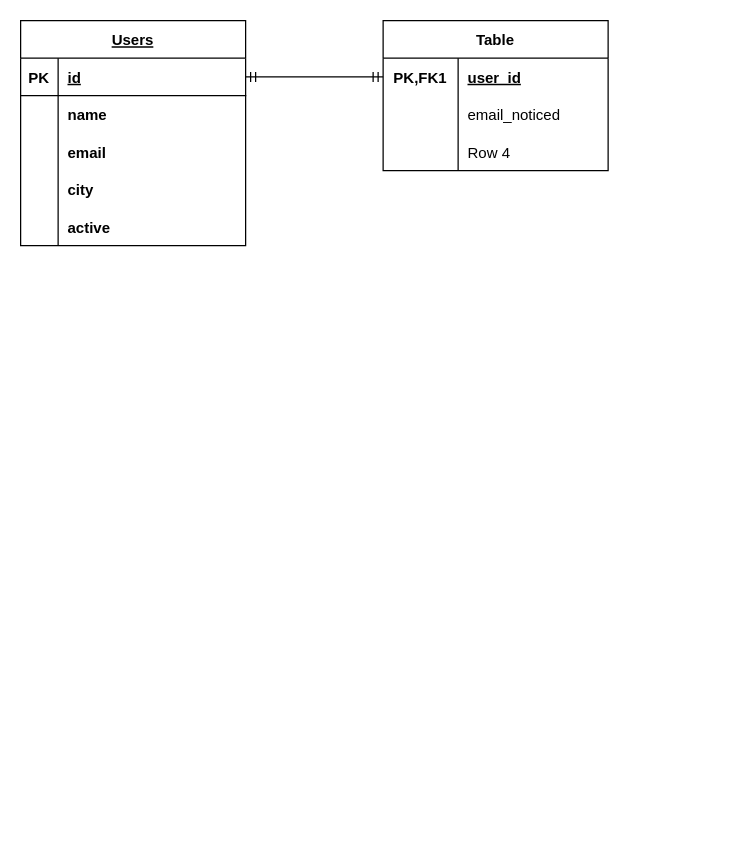
This is erm.drawio from ctchen222/FurFriend-Finder, a draw.io file, before an edit. Source tidied: cells renumbered, new cells numbered last; positions are measured from the earlier drawing's top-left corner, leaving out a move shared by most shapes. Both pictures are drawn from the tidied source at 125%, with x=0, y=0 at pixel (20, 20).
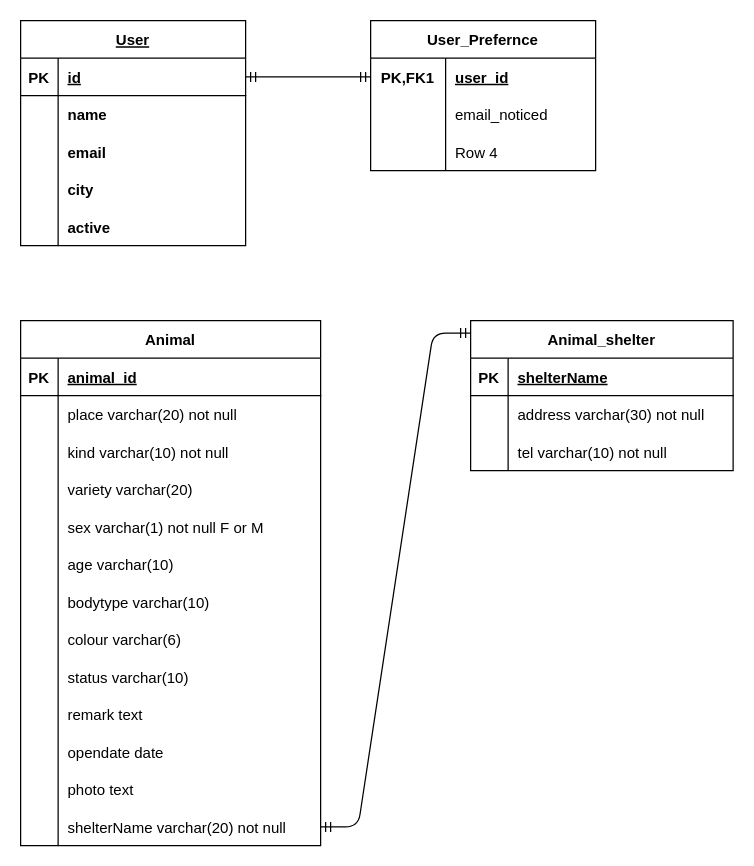
The same diagram, later.

Commit message (it also covers changes not shown here):
[add] postgres database ER Diagram

Change to the diagram source:
```diff
@@
-    <mxCell id="2" value="Users" style="shape=table;startSize=30;childLayout=tableLayout;rowLines=0;fontStyle=5;align=center;" parent="1" vertex="1">
+    <mxCell id="2" value="User" style="shape=table;startSize=30;childLayout=tableLayout;rowLines=0;fontStyle=5;align=center;" parent="1" vertex="1">
       <mxGeometry width="180" height="180" as="geometry" />
     </mxCell>
@@
-    <mxCell id="18" value="Table" style="shape=table;startSize=30;childLayout=tableLayout;rowLines=0;fontStyle=1;align=center;" parent="1" vertex="1">
-      <mxGeometry x="290" width="180" height="120" as="geometry" />
+    <mxCell id="18" value="User_Prefernce" style="shape=table;startSize=30;childLayout=tableLayout;rowLines=0;fontStyle=1;align=center;" parent="1" vertex="1">
+      <mxGeometry x="280" width="180" height="120" as="geometry" />
     </mxCell>
@@
+    <mxCell id="29" value="Animal" style="shape=table;startSize=30;childLayout=tableLayout;rowLines=0;fontStyle=1;align=center;" parent="1" vertex="1">
+      <mxGeometry y="240" width="240" height="420" as="geometry" />
+    </mxCell>
+    <mxCell id="30" style="shape=tableRow;horizontal=0;startSize=0;swimlaneHead=0;swimlaneBody=0;fillColor=none;top=0;left=0;right=0;bottom=1;" parent="29" vertex="1">
+      <mxGeometry y="30" width="240" height="30" as="geometry" />
+    </mxCell>
+    <mxCell id="31" value="PK" style="shape=partialRectangle;fillColor=none;top=0;left=0;bottom=0;right=0;fontStyle=1;overflow=hidden;" parent="30" vertex="1">
+      <mxGeometry width="30" height="30" as="geometry" />
+    </mxCell>
+    <mxCell id="32" value="animal_id" style="shape=partialRectangle;fillColor=none;top=0;left=0;bottom=0;right=0;align=left;spacingLeft=6;fontStyle=5;overflow=hidden;" parent="30" vertex="1">
+      <mxGeometry x="30" width="210" height="30" as="geometry" />
+    </mxCell>
+    <mxCell id="33" style="shape=tableRow;horizontal=0;startSize=0;swimlaneHead=0;swimlaneBody=0;fillColor=none;top=0;left=0;right=0;bottom=0;" parent="29" vertex="1">
+      <mxGeometry y="60" width="240" height="30" as="geometry" />
+    </mxCell>
+    <mxCell id="34" style="shape=partialRectangle;fillColor=none;top=0;left=0;bottom=0;right=0;overflow=hidden;" parent="33" vertex="1">
+      <mxGeometry width="30" height="30" as="geometry" />
+    </mxCell>
+    <mxCell id="35" value="place varchar(20) not null" style="shape=partialRectangle;fillColor=none;top=0;left=0;bottom=0;right=0;align=left;spacingLeft=6;overflow=hidden;" parent="33" vertex="1">
+      <mxGeometry x="30" width="210" height="30" as="geometry" />
+    </mxCell>
+    <mxCell id="36" style="shape=tableRow;horizontal=0;startSize=0;swimlaneHead=0;swimlaneBody=0;fillColor=none;top=0;left=0;right=0;bottom=0;" parent="29" vertex="1">
+      <mxGeometry y="90" width="240" height="30" as="geometry" />
+    </mxCell>
+    <mxCell id="37" style="shape=partialRectangle;fillColor=none;top=0;left=0;bottom=0;right=0;overflow=hidden;" parent="36" vertex="1">
+      <mxGeometry width="30" height="30" as="geometry" />
+    </mxCell>
+    <mxCell id="38" value="kind varchar(10) not null" style="shape=partialRectangle;fillColor=none;top=0;left=0;bottom=0;right=0;align=left;spacingLeft=6;overflow=hidden;" parent="36" vertex="1">
+      <mxGeometry x="30" width="210" height="30" as="geometry" />
+    </mxCell>
+    <mxCell id="39" style="shape=tableRow;horizontal=0;startSize=0;swimlaneHead=0;swimlaneBody=0;fillColor=none;top=0;left=0;right=0;bottom=0;" parent="29" vertex="1">
+      <mxGeometry y="120" width="240" height="30" as="geometry" />
+    </mxCell>
+    <mxCell id="40" style="shape=partialRectangle;fillColor=none;top=0;left=0;bottom=0;right=0;overflow=hidden;" parent="39" vertex="1">
+      <mxGeometry width="30" height="30" as="geometry" />
+    </mxCell>
+    <mxCell id="41" value="variety varchar(20)" style="shape=partialRectangle;fillColor=none;top=0;left=0;bottom=0;right=0;align=left;spacingLeft=6;overflow=hidden;" parent="39" vertex="1">
+      <mxGeometry x="30" width="210" height="30" as="geometry" />
+    </mxCell>
+    <mxCell id="42" style="shape=tableRow;horizontal=0;startSize=0;swimlaneHead=0;swimlaneBody=0;fillColor=none;top=0;left=0;right=0;bottom=0;" parent="29" vertex="1">
+      <mxGeometry y="150" width="240" height="30" as="geometry" />
+    </mxCell>
+    <mxCell id="43" style="shape=partialRectangle;fillColor=none;top=0;left=0;bottom=0;right=0;overflow=hidden;" parent="42" vertex="1">
+      <mxGeometry width="30" height="30" as="geometry" />
+    </mxCell>
+    <mxCell id="44" value="sex varchar(1) not null F or M" style="shape=partialRectangle;fillColor=none;top=0;left=0;bottom=0;right=0;align=left;spacingLeft=6;overflow=hidden;" parent="42" vertex="1">
+      <mxGeometry x="30" width="210" height="30" as="geometry" />
+    </mxCell>
+    <mxCell id="45" style="shape=tableRow;horizontal=0;startSize=0;swimlaneHead=0;swimlaneBody=0;fillColor=none;top=0;left=0;right=0;bottom=0;" parent="29" vertex="1">
+      <mxGeometry y="180" width="240" height="30" as="geometry" />
+    </mxCell>
+    <mxCell id="46" style="shape=partialRectangle;fillColor=none;top=0;left=0;bottom=0;right=0;overflow=hidden;" parent="45" vertex="1">
+      <mxGeometry width="30" height="30" as="geometry" />
+    </mxCell>
+    <mxCell id="47" value="age varchar(10)" style="shape=partialRectangle;fillColor=none;top=0;left=0;bottom=0;right=0;align=left;spacingLeft=6;overflow=hidden;" parent="45" vertex="1">
+      <mxGeometry x="30" width="210" height="30" as="geometry" />
+    </mxCell>
+    <mxCell id="48" style="shape=tableRow;horizontal=0;startSize=0;swimlaneHead=0;swimlaneBody=0;fillColor=none;top=0;left=0;right=0;bottom=0;" parent="29" vertex="1">
+      <mxGeometry y="210" width="240" height="30" as="geometry" />
+    </mxCell>
+    <mxCell id="49" value="        " style="shape=partialRectangle;fillColor=none;top=0;left=0;bottom=0;right=0;overflow=hidden;" parent="48" vertex="1">
+      <mxGeometry width="30" height="30" as="geometry" />
+    </mxCell>
+    <mxCell id="50" value="bodytype varchar(10)" style="shape=partialRectangle;fillColor=none;top=0;left=0;bottom=0;right=0;align=left;spacingLeft=6;overflow=hidden;" parent="48" vertex="1">
+      <mxGeometry x="30" width="210" height="30" as="geometry" />
+    </mxCell>
+    <mxCell id="51" style="shape=tableRow;horizontal=0;startSize=0;swimlaneHead=0;swimlaneBody=0;fillColor=none;top=0;left=0;right=0;bottom=0;" parent="29" vertex="1">
+      <mxGeometry y="240" width="240" height="30" as="geometry" />
+    </mxCell>
+    <mxCell id="52" style="shape=partialRectangle;fillColor=none;top=0;left=0;bottom=0;right=0;overflow=hidden;" parent="51" vertex="1">
+      <mxGeometry width="30" height="30" as="geometry" />
+    </mxCell>
+    <mxCell id="53" value="colour varchar(6)" style="shape=partialRectangle;fillColor=none;top=0;left=0;bottom=0;right=0;align=left;spacingLeft=6;overflow=hidden;" parent="51" vertex="1">
+      <mxGeometry x="30" width="210" height="30" as="geometry" />
+    </mxCell>
+    <mxCell id="54" style="shape=tableRow;horizontal=0;startSize=0;swimlaneHead=0;swimlaneBody=0;fillColor=none;top=0;left=0;right=0;bottom=0;" parent="29" vertex="1">
+      <mxGeometry y="270" width="240" height="30" as="geometry" />
+    </mxCell>
+    <mxCell id="55" style="shape=partialRectangle;fillColor=none;top=0;left=0;bottom=0;right=0;overflow=hidden;" parent="54" vertex="1">
+      <mxGeometry width="30" height="30" as="geometry" />
+    </mxCell>
+    <mxCell id="56" value="status varchar(10)" style="shape=partialRectangle;fillColor=none;top=0;left=0;bottom=0;right=0;align=left;spacingLeft=6;overflow=hidden;" parent="54" vertex="1">
+      <mxGeometry x="30" width="210" height="30" as="geometry" />
+    </mxCell>
+    <mxCell id="57" style="shape=tableRow;horizontal=0;startSize=0;swimlaneHead=0;swimlaneBody=0;fillColor=none;top=0;left=0;right=0;bottom=0;" parent="29" vertex="1">
+      <mxGeometry y="300" width="240" height="30" as="geometry" />
+    </mxCell>
+    <mxCell id="58" style="shape=partialRectangle;fillColor=none;top=0;left=0;bottom=0;right=0;overflow=hidden;" parent="57" vertex="1">
+      <mxGeometry width="30" height="30" as="geometry" />
+    </mxCell>
+    <mxCell id="59" value="remark text" style="shape=partialRectangle;fillColor=none;top=0;left=0;bottom=0;right=0;align=left;spacingLeft=6;overflow=hidden;" parent="57" vertex="1">
+      <mxGeometry x="30" width="210" height="30" as="geometry" />
+    </mxCell>
+    <mxCell id="60" style="shape=tableRow;horizontal=0;startSize=0;swimlaneHead=0;swimlaneBody=0;fillColor=none;top=0;left=0;right=0;bottom=0;" parent="29" vertex="1">
+      <mxGeometry y="330" width="240" height="30" as="geometry" />
+    </mxCell>
+    <mxCell id="61" style="shape=partialRectangle;fillColor=none;top=0;left=0;bottom=0;right=0;overflow=hidden;" parent="60" vertex="1">
+      <mxGeometry width="30" height="30" as="geometry" />
+    </mxCell>
+    <mxCell id="62" value="opendate date" style="shape=partialRectangle;fillColor=none;top=0;left=0;bottom=0;right=0;align=left;spacingLeft=6;overflow=hidden;" parent="60" vertex="1">
+      <mxGeometry x="30" width="210" height="30" as="geometry" />
+    </mxCell>
+    <mxCell id="63" style="shape=tableRow;horizontal=0;startSize=0;swimlaneHead=0;swimlaneBody=0;fillColor=none;top=0;left=0;right=0;bottom=0;" parent="29" vertex="1">
+      <mxGeometry y="360" width="240" height="30" as="geometry" />
+    </mxCell>
+    <mxCell id="64" style="shape=partialRectangle;fillColor=none;top=0;left=0;bottom=0;right=0;overflow=hidden;" parent="63" vertex="1">
+      <mxGeometry width="30" height="30" as="geometry" />
+    </mxCell>
+    <mxCell id="65" value="photo text" style="shape=partialRectangle;fillColor=none;top=0;left=0;bottom=0;right=0;align=left;spacingLeft=6;overflow=hidden;" parent="63" vertex="1">
+      <mxGeometry x="30" width="210" height="30" as="geometry" />
+    </mxCell>
+    <mxCell id="66" style="shape=tableRow;horizontal=0;startSize=0;swimlaneHead=0;swimlaneBody=0;fillColor=none;points=[[0,0.5],[1,0.5]];portConstraint=eastwest;top=0;left=0;right=0;bottom=0;" parent="29" vertex="1">
+      <mxGeometry y="390" width="240" height="30" as="geometry" />
+    </mxCell>
+    <mxCell id="67" style="shape=partialRectangle;fillColor=none;top=0;left=0;bottom=0;right=0;overflow=hidden;" parent="66" vertex="1">
+      <mxGeometry width="30" height="30" as="geometry" />
+    </mxCell>
+    <mxCell id="68" value="shelterName varchar(20) not null" style="shape=partialRectangle;fillColor=none;top=0;left=0;bottom=0;right=0;align=left;spacingLeft=6;overflow=hidden;" parent="66" vertex="1">
+      <mxGeometry x="30" width="210" height="30" as="geometry" />
+    </mxCell>
+    <mxCell id="69" value="Animal_shelter" style="shape=table;startSize=30;childLayout=tableLayout;rowLines=0;fontStyle=1;align=center;" parent="1" vertex="1">
+      <mxGeometry x="360" y="240" width="210" height="120" as="geometry" />
+    </mxCell>
+    <mxCell id="70" style="shape=tableRow;horizontal=0;startSize=0;swimlaneHead=0;swimlaneBody=0;fillColor=none;top=0;left=0;right=0;bottom=1;" parent="69" vertex="1">
+      <mxGeometry y="30" width="210" height="30" as="geometry" />
+    </mxCell>
+    <mxCell id="71" value="PK" style="shape=partialRectangle;fillColor=none;top=0;left=0;bottom=0;right=0;fontStyle=1;overflow=hidden;" parent="70" vertex="1">
+      <mxGeometry width="30" height="30" as="geometry" />
+    </mxCell>
+    <mxCell id="72" value="shelterName" style="shape=partialRectangle;fillColor=none;top=0;left=0;bottom=0;right=0;align=left;spacingLeft=6;fontStyle=5;overflow=hidden;" parent="70" vertex="1">
+      <mxGeometry x="30" width="180" height="30" as="geometry" />
+    </mxCell>
+    <mxCell id="73" style="shape=tableRow;horizontal=0;startSize=0;swimlaneHead=0;swimlaneBody=0;fillColor=none;top=0;left=0;right=0;bottom=0;" parent="69" vertex="1">
+      <mxGeometry y="60" width="210" height="30" as="geometry" />
+    </mxCell>
+    <mxCell id="74" style="shape=partialRectangle;fillColor=none;top=0;left=0;bottom=0;right=0;overflow=hidden;" parent="73" vertex="1">
+      <mxGeometry width="30" height="30" as="geometry" />
+    </mxCell>
+    <mxCell id="75" value="address varchar(30) not null" style="shape=partialRectangle;fillColor=none;top=0;left=0;bottom=0;right=0;align=left;spacingLeft=6;overflow=hidden;" parent="73" vertex="1">
+      <mxGeometry x="30" width="180" height="30" as="geometry" />
+    </mxCell>
+    <mxCell id="76" style="shape=tableRow;horizontal=0;startSize=0;swimlaneHead=0;swimlaneBody=0;fillColor=none;top=0;left=0;right=0;bottom=0;" parent="69" vertex="1">
+      <mxGeometry y="90" width="210" height="30" as="geometry" />
+    </mxCell>
+    <mxCell id="77" style="shape=partialRectangle;fillColor=none;top=0;left=0;bottom=0;right=0;overflow=hidden;" parent="76" vertex="1">
+      <mxGeometry width="30" height="30" as="geometry" />
+    </mxCell>
+    <mxCell id="78" value="tel varchar(10) not null" style="shape=partialRectangle;fillColor=none;top=0;left=0;bottom=0;right=0;align=left;spacingLeft=6;overflow=hidden;" parent="76" vertex="1">
+      <mxGeometry x="30" width="180" height="30" as="geometry" />
+    </mxCell>
+    <mxCell id="79" style="edgeStyle=entityRelationEdgeStyle;fontSize=12;html=1;endArrow=ERmandOne;startArrow=ERmandOne;exitX=1;exitY=0.5;exitDx=0;exitDy=0;entryX=0;entryY=0.083;entryDx=0;entryDy=0;entryPerimeter=0;" parent="1" edge="1" source="66" target="69">
+      <mxGeometry relative="1" as="geometry" />
+    </mxCell>
```
